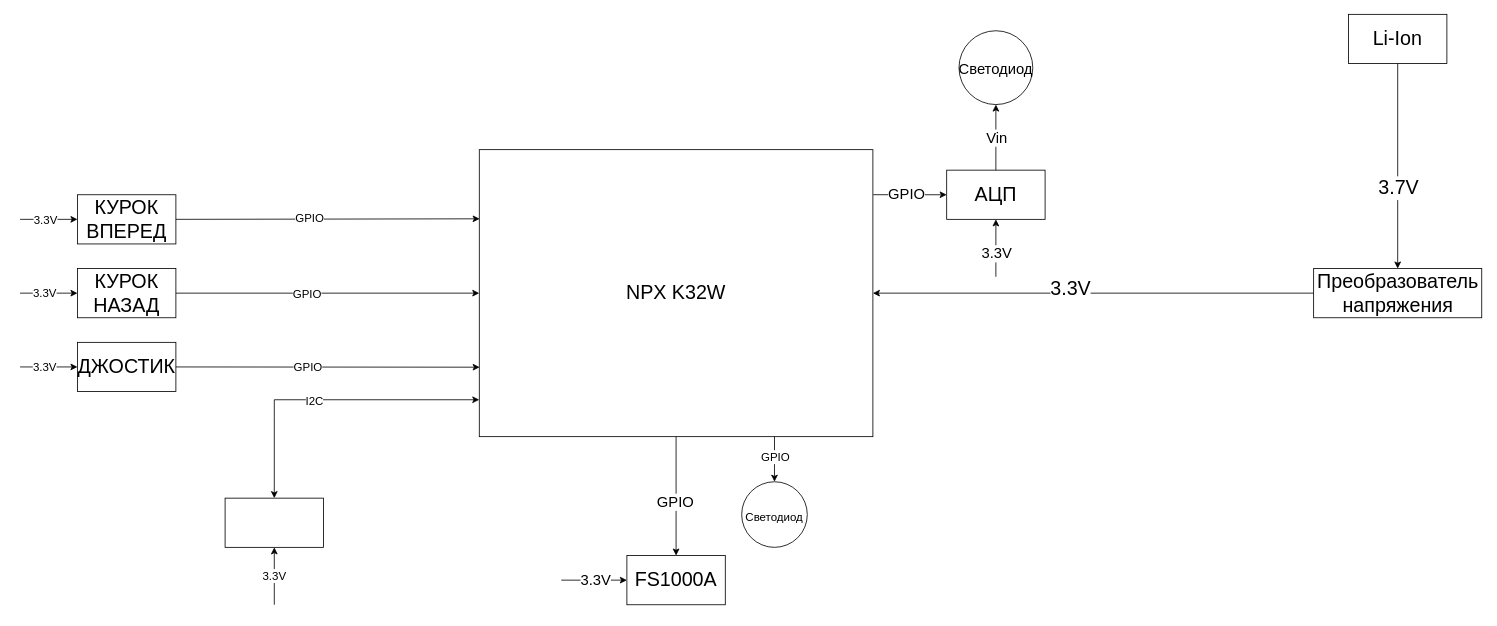
This is individual_task/inv_task.drawio from llanskoyll/Interface_computer_system, a draw.io file, before an edit. Source tidied: cells renumbered, new cells numbered last; positions are measured from the earlier drawing's top-left corner, leaving out a move shared by most shapes. Both pictures are drawn from the tidied source at 82%, with x=0, y=0 at pixel (20, 14).
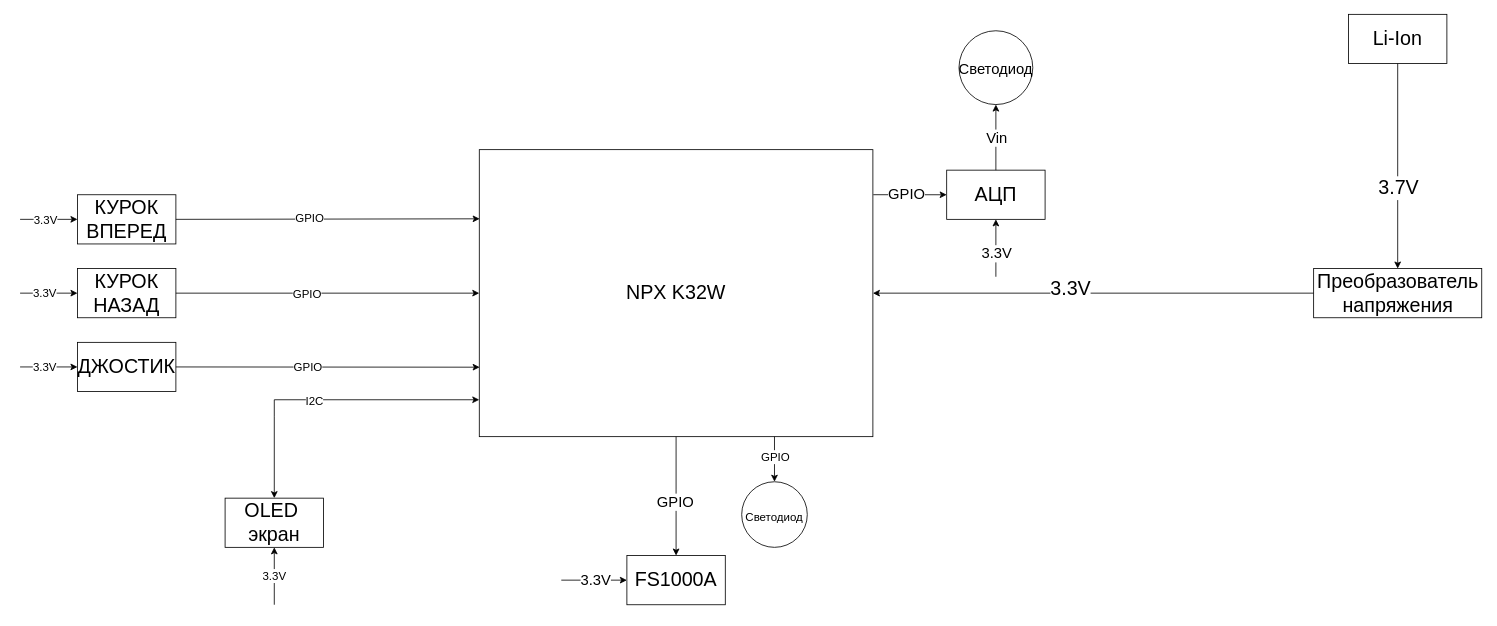
Above is the later version.

What changed in the source:
```diff
@@
-<mxGraphModel>
+<mxGraphModel background="#ffffff">
@@
-    <mxCell id="6" style="rounded=0;whiteSpace=wrap;html=1;fontSize=24;" parent="1" vertex="1">
+    <mxCell id="6" value="OLED&amp;nbsp;&lt;br&gt;экран" style="rounded=0;whiteSpace=wrap;html=1;fontSize=24;" parent="1" vertex="1">
       <mxGeometry x="250" y="590" width="120" height="60" as="geometry" />
     </mxCell>
```
